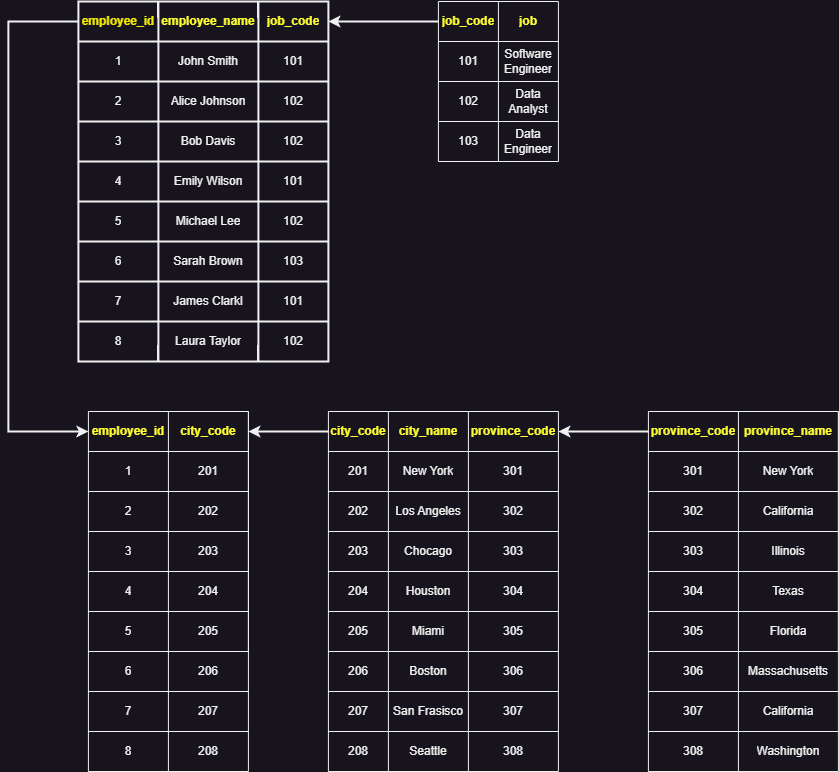
Before: part-2/Normalisasi Database.PNG, a diagram exported from draw.io (ALTA-DE1-ELSA-30November1999/Fundamental-DE). Source tidied: cells renumbered, new cells last; positions are measured from the earlier drawing's top-left corner, leaving out a move shared by most shapes.
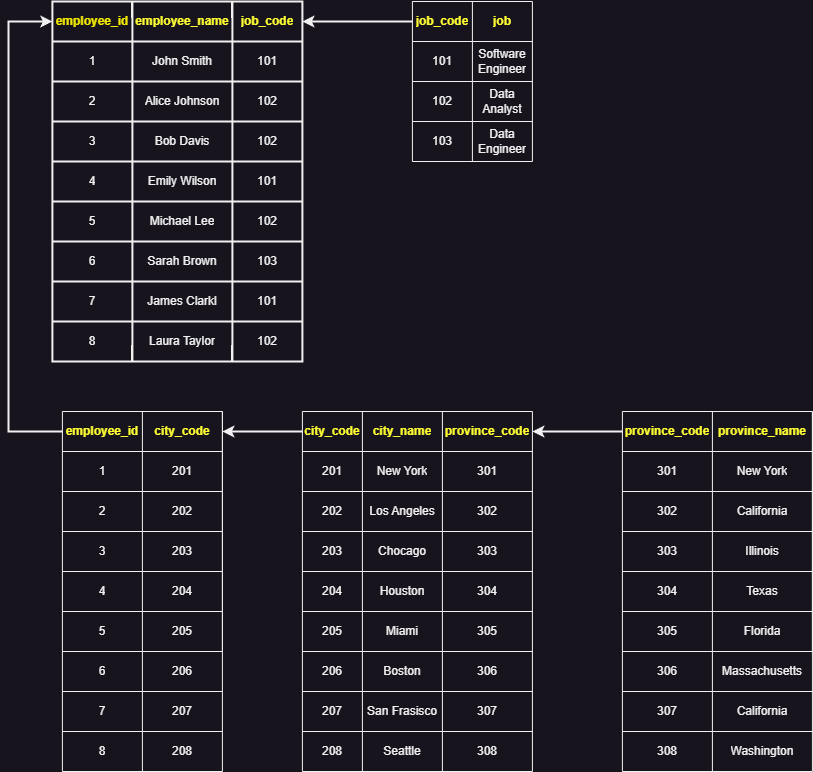
The same diagram one commit later.

Commit message:
Third Solve

What changed in the source:
```diff
@@ -437,14 +437,6 @@
     <mxCell id="146" value="Washington" style="shape=partialRectangle;html=1;whiteSpace=wrap;strokeColor=inherit;overflow=hidden;fillColor=none;top=0;left=0;bottom=0;right=0;" parent="144" vertex="1">
       <mxGeometry x="90" width="100" height="40" as="geometry" />
     </mxCell>
-    <mxCell id="147" style="edgeStyle=orthogonalEdgeStyle;rounded=0;jettySize=auto;html=1;exitX=0;exitY=0.5;exitDx=0;exitDy=0;entryX=0;entryY=0.5;entryDx=0;entryDy=0;strokeWidth=2;" parent="1" edge="1" source="3" target="90">
-      <mxGeometry relative="1" as="geometry">
-        <Array as="points">
-          <mxPoint x="-0.1" y="20" />
-          <mxPoint x="-0.1" y="430" />
-        </Array>
-      </mxGeometry>
-    </mxCell>
     <mxCell id="148" style="edgeStyle=orthogonalEdgeStyle;rounded=0;jettySize=auto;html=1;exitX=0;exitY=0.5;exitDx=0;exitDy=0;entryX=1;entryY=0.5;entryDx=0;entryDy=0;strokeWidth=2;" parent="1" edge="1" source="119" target="53">
       <mxGeometry relative="1" as="geometry" />
     </mxCell>
@@ -454,5 +446,13 @@
     <mxCell id="150" style="edgeStyle=orthogonalEdgeStyle;rounded=0;jettySize=auto;html=1;exitX=0;exitY=0.5;exitDx=0;exitDy=0;entryX=1;entryY=0.5;entryDx=0;entryDy=0;strokeWidth=2;" parent="1" edge="1" source="40" target="3">
       <mxGeometry relative="1" as="geometry" />
     </mxCell>
+    <mxCell id="151" style="edgeStyle=orthogonalEdgeStyle;rounded=0;jettySize=auto;html=1;exitX=0;exitY=0.5;exitDx=0;exitDy=0;entryX=0;entryY=0.5;entryDx=0;entryDy=0;strokeWidth=2;" parent="1" edge="1" source="90" target="3">
+      <mxGeometry relative="1" as="geometry">
+        <Array as="points">
+          <mxPoint x="26" y="430" />
+          <mxPoint x="26" y="20" />
+        </Array>
+      </mxGeometry>
+    </mxCell>
   </root>
 </mxGraphModel>
```
